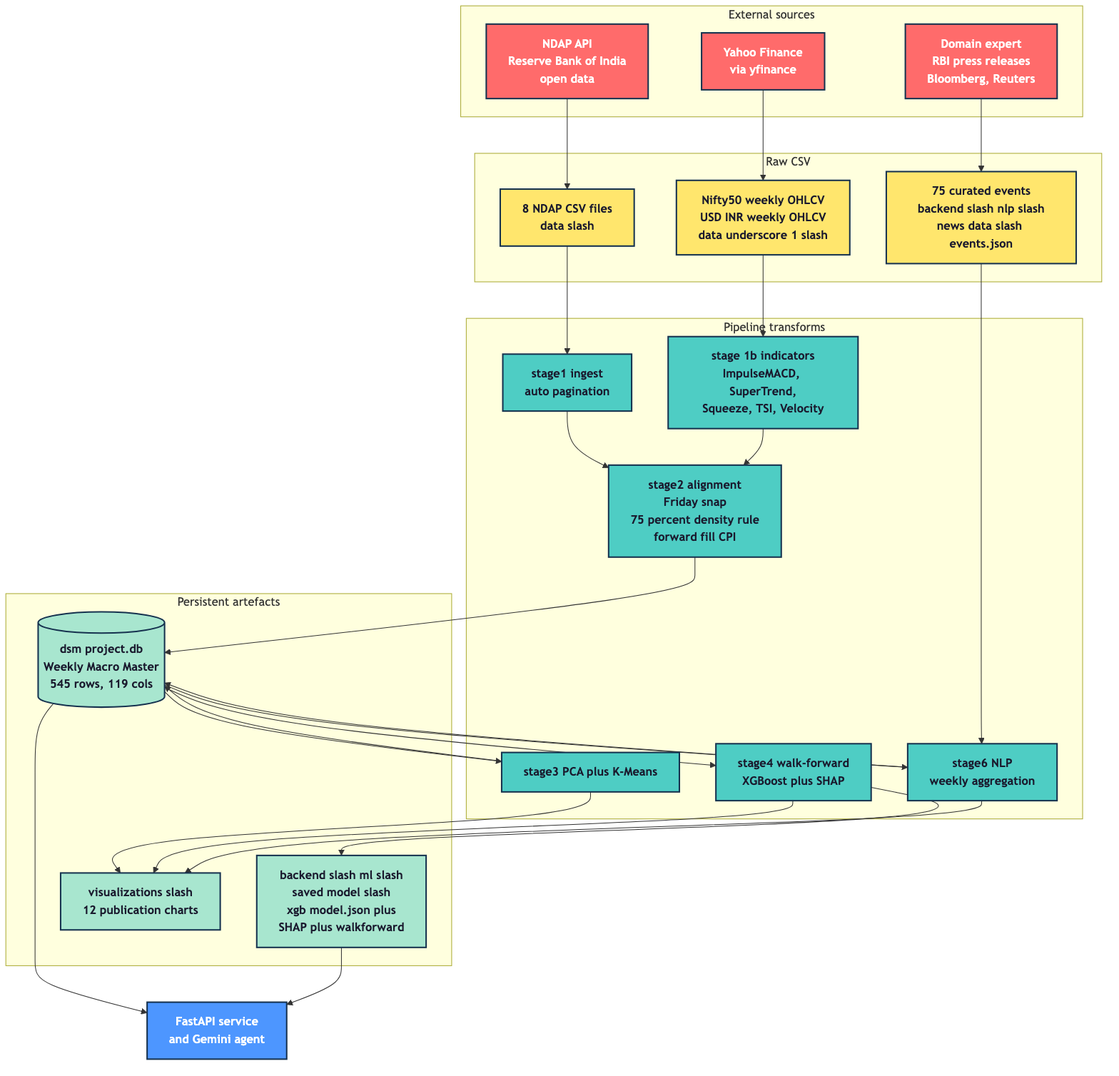
Earlier version of the Mermaid export final/diagram/data_lineage.png (AJ112103/DSM_project). Its source is kept beside it as final/files_mmd/data_lineage.mmd. Its diagram source:
```mermaid
flowchart TB
    classDef src fill:#FF6B6B,stroke:#16324F,stroke-width:2px,color:#FFFFFF,font-weight:bold
    classDef raw fill:#FFE66D,stroke:#16324F,stroke-width:2px,color:#1A1A2E,font-weight:bold
    classDef trans fill:#4ECDC4,stroke:#16324F,stroke-width:2px,color:#1A1A2E,font-weight:bold
    classDef out fill:#4D96FF,stroke:#16324F,stroke-width:2px,color:#FFFFFF,font-weight:bold
    classDef store fill:#A8E6CF,stroke:#16324F,stroke-width:2px,color:#1A1A2E,font-weight:bold

    subgraph SOURCES ["External sources"]
        S1["NDAP API<br/>Reserve Bank of India<br/>open data"]:::src
        S2["Yahoo Finance<br/>via yfinance"]:::src
        S3["Domain expert<br/>RBI press releases<br/>Bloomberg, Reuters"]:::src
    end

    subgraph RAW ["Raw CSV"]
        R1["8 NDAP CSV files<br/>data slash"]:::raw
        R2["Nifty50 weekly OHLCV<br/>USD INR weekly OHLCV<br/>data underscore 1 slash"]:::raw
        R3["75 curated events<br/>backend slash nlp slash<br/>news data slash events.json"]:::raw
    end

    subgraph PIPE ["Pipeline transforms"]
        T1["stage1 ingest<br/>auto pagination"]:::trans
        T2["stage 1b indicators<br/>ImpulseMACD, SuperTrend,<br/>Squeeze, TSI, Velocity"]:::trans
        T3["stage2 alignment<br/>Friday snap<br/>75 percent density rule<br/>forward fill CPI"]:::trans
        T4["stage3 PCA plus K-Means"]:::trans
        T5["stage4 walk-forward<br/>XGBoost plus SHAP"]:::trans
        T6["stage6 NLP<br/>weekly aggregation"]:::trans
    end

    subgraph STORE ["Persistent artefacts"]
        D1[("dsm project.db<br/>Weekly Macro Master<br/>545 rows, 119 cols")]:::store
        D2["backend slash ml slash<br/>saved model slash<br/>xgb model.json plus<br/>SHAP plus walkforward"]:::store
        D3["visualizations slash<br/>12 publication charts"]:::store
    end

    O1["FastAPI service<br/>and Gemini agent"]:::out

    S1 --> R1 --> T1 --> T3
    S2 --> R2 --> T2 --> T3
    S3 --> R3 --> T6
    T3 --> D1
    D1 --> T4 --> D1
    D1 --> T5 --> D2
    D1 --> T6 --> D1
    T4 --> D3
    T5 --> D3
    T6 --> D3
    D1 --> O1
    D2 --> O1
```
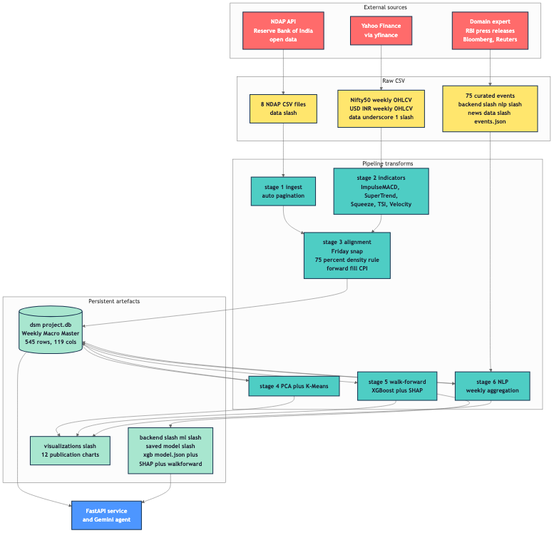
Later version of the same file.

Change to the diagram source:
```diff
@@ -18,12 +18,12 @@
     end
 
     subgraph PIPE ["Pipeline transforms"]
-        T1["stage1 ingest<br/>auto pagination"]:::trans
-        T2["stage 1b indicators<br/>ImpulseMACD, SuperTrend,<br/>Squeeze, TSI, Velocity"]:::trans
-        T3["stage2 alignment<br/>Friday snap<br/>75 percent density rule<br/>forward fill CPI"]:::trans
-        T4["stage3 PCA plus K-Means"]:::trans
-        T5["stage4 walk-forward<br/>XGBoost plus SHAP"]:::trans
-        T6["stage6 NLP<br/>weekly aggregation"]:::trans
+        T1["stage 1 ingest<br/>auto pagination"]:::trans
+        T2["stage 2 indicators<br/>ImpulseMACD, SuperTrend,<br/>Squeeze, TSI, Velocity"]:::trans
+        T3["stage 3 alignment<br/>Friday snap<br/>75 percent density rule<br/>forward fill CPI"]:::trans
+        T4["stage 4 PCA plus K-Means"]:::trans
+        T5["stage 5 walk-forward<br/>XGBoost plus SHAP"]:::trans
+        T6["stage 6 NLP<br/>weekly aggregation"]:::trans
     end
 
     subgraph STORE ["Persistent artefacts"]
```
